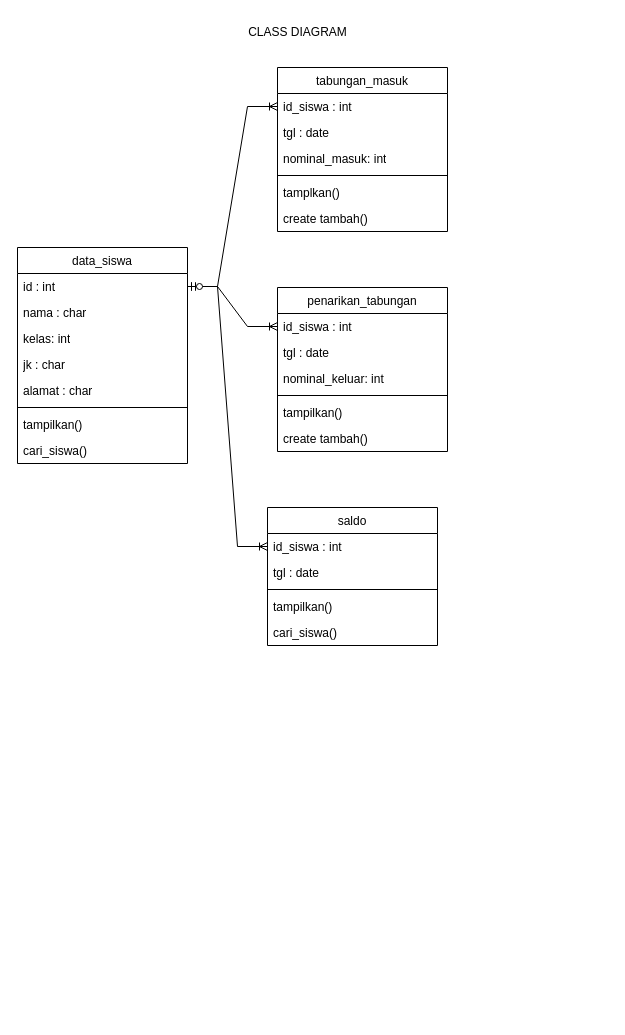
titapuspitas/Tefa-Tabungan keeps this draw.io diagram as class-diagram.drawio. Above is the earlier version. Source tidied: cells renumbered, new cells numbered last; positions are measured from the earlier drawing's top-left corner, leaving out a move shared by most shapes. Both pictures are drawn from the tidied source at 100%, with x=0, y=0 at pixel (17, 17).
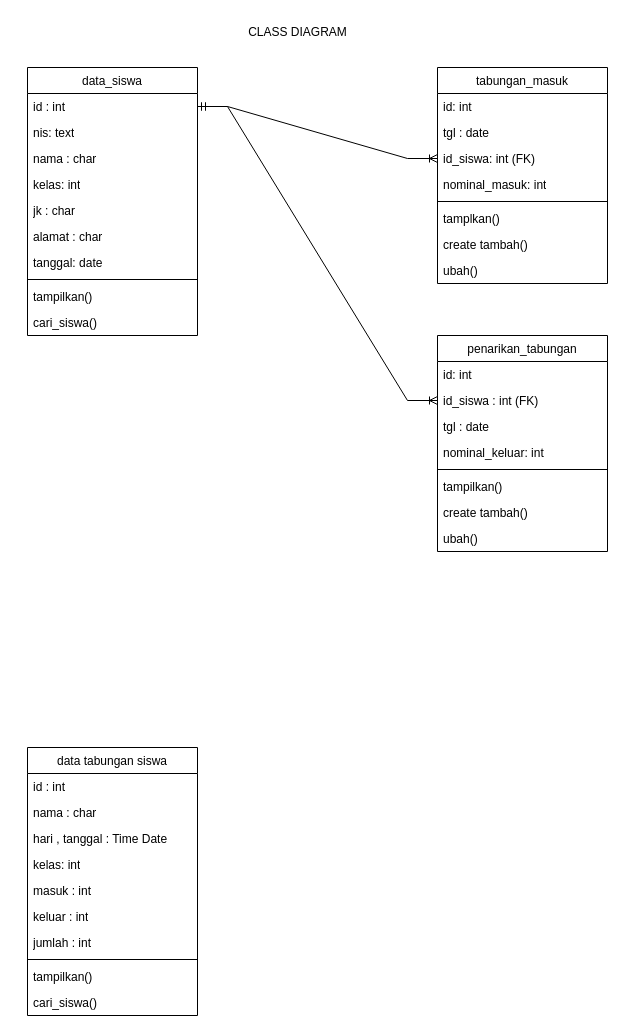
The same page after the edit.

Unchanged cells that the change refers to:
```xml
<mxCell id="10" value="id : int" style="text;strokeColor=none;fillColor=none;align=left;verticalAlign=top;spacingLeft=4;spacingRight=4;overflow=hidden;points=[[0,0.5],[1,0.5]];portConstraint=eastwest;whiteSpace=wrap;html=1;" parent="9" vertex="1">
  <mxGeometry y="26" width="170" height="26" as="geometry" />
</mxCell>
```

Diff of the diagram source:
```diff
@@
     <mxCell id="2" value="&lt;span style=&quot;font-weight: 400;&quot;&gt;penarikan_tabungan&lt;/span&gt;" style="swimlane;fontStyle=1;align=center;verticalAlign=top;horizontal=1;startSize=26;whiteSpace=wrap;html=1;" parent="1" vertex="1">
-      <mxGeometry x="260" y="270" width="170" height="164" as="geometry" />
+      <mxGeometry x="420" y="318" width="170" height="216" as="geometry" />
     </mxCell>
-    <mxCell id="3" value="id_siswa : int" style="text;strokeColor=none;fillColor=none;align=left;verticalAlign=top;spacingLeft=4;spacingRight=4;overflow=hidden;points=[[0,0.5],[1,0.5]];portConstraint=eastwest;whiteSpace=wrap;html=1;" parent="2" vertex="1">
+    <mxCell id="3" value="id: int" style="text;strokeColor=none;fillColor=none;align=left;verticalAlign=top;spacingLeft=4;spacingRight=4;overflow=hidden;points=[[0,0.5],[1,0.5]];portConstraint=eastwest;whiteSpace=wrap;html=1;" parent="2" vertex="1">
       <mxGeometry y="26" width="170" height="26" as="geometry" />
     </mxCell>
+    <mxCell id="35" value="id_siswa : int (FK)" style="text;strokeColor=none;fillColor=none;align=left;verticalAlign=top;spacingLeft=4;spacingRight=4;overflow=hidden;points=[[0,0.5],[1,0.5]];portConstraint=eastwest;whiteSpace=wrap;html=1;" parent="2" vertex="1">
+      <mxGeometry y="52" width="170" height="26" as="geometry" />
+    </mxCell>
     <mxCell id="4" value="tgl : date" style="text;strokeColor=none;fillColor=none;align=left;verticalAlign=top;spacingLeft=4;spacingRight=4;overflow=hidden;whiteSpace=wrap;html=1;" parent="2" vertex="1">
-      <mxGeometry y="52" width="170" height="26" as="geometry" />
+      <mxGeometry y="78" width="170" height="26" as="geometry" />
     </mxCell>
     <mxCell id="5" value="nominal_keluar: int" style="text;strokeColor=none;fillColor=none;align=left;verticalAlign=top;spacingLeft=4;spacingRight=4;overflow=hidden;whiteSpace=wrap;html=1;" parent="2" vertex="1">
-      <mxGeometry y="78" width="170" height="26" as="geometry" />
+      <mxGeometry y="104" width="170" height="26" as="geometry" />
     </mxCell>
     <mxCell id="6" style="line;strokeWidth=1;fillColor=none;align=left;verticalAlign=middle;spacingTop=-1;spacingLeft=3;spacingRight=3;labelPosition=right;strokeColor=inherit;" parent="2" vertex="1">
-      <mxGeometry y="104" width="170" height="8" as="geometry" />
+      <mxGeometry y="130" width="170" height="8" as="geometry" />
     </mxCell>
     <mxCell id="7" value="tampilkan()" style="text;strokeColor=none;fillColor=none;align=left;verticalAlign=top;spacingLeft=4;spacingRight=4;overflow=hidden;whiteSpace=wrap;html=1;" parent="2" vertex="1">
-      <mxGeometry y="112" width="170" height="26" as="geometry" />
+      <mxGeometry y="138" width="170" height="26" as="geometry" />
     </mxCell>
     <mxCell id="8" value="create tambah()" style="text;strokeColor=none;fillColor=none;align=left;verticalAlign=top;spacingLeft=4;spacingRight=4;overflow=hidden;whiteSpace=wrap;html=1;" parent="2" vertex="1">
-      <mxGeometry y="138" width="170" height="26" as="geometry" />
+      <mxGeometry y="164" width="170" height="26" as="geometry" />
     </mxCell>
+    <mxCell id="36" value="ubah()" style="text;strokeColor=none;fillColor=none;align=left;verticalAlign=top;spacingLeft=4;spacingRight=4;overflow=hidden;whiteSpace=wrap;html=1;" parent="2" vertex="1">
+      <mxGeometry y="190" width="170" height="26" as="geometry" />
+    </mxCell>
     <mxCell id="9" value="&lt;span style=&quot;font-weight: 400;&quot;&gt;data_siswa&lt;/span&gt;" style="swimlane;fontStyle=1;align=center;verticalAlign=top;horizontal=1;startSize=26;whiteSpace=wrap;html=1;" parent="1" vertex="1">
-      <mxGeometry y="230" width="170" height="216" as="geometry" />
+      <mxGeometry x="10" y="50" width="170" height="268" as="geometry" />
     </mxCell>
@@
-    <mxCell id="11" value="nama : char" style="text;strokeColor=none;fillColor=none;align=left;verticalAlign=top;spacingLeft=4;spacingRight=4;overflow=hidden;whiteSpace=wrap;html=1;" parent="9" vertex="1">
+    <mxCell id="11" value="nis: text" style="text;strokeColor=none;fillColor=none;align=left;verticalAlign=top;spacingLeft=4;spacingRight=4;overflow=hidden;whiteSpace=wrap;html=1;" parent="9" vertex="1">
       <mxGeometry y="52" width="170" height="26" as="geometry" />
     </mxCell>
+    <mxCell id="37" value="nama : char" style="text;strokeColor=none;fillColor=none;align=left;verticalAlign=top;spacingLeft=4;spacingRight=4;overflow=hidden;whiteSpace=wrap;html=1;" parent="9" vertex="1">
+      <mxGeometry y="78" width="170" height="26" as="geometry" />
+    </mxCell>
     <mxCell id="12" value="kelas: int" style="text;strokeColor=none;fillColor=none;align=left;verticalAlign=top;spacingLeft=4;spacingRight=4;overflow=hidden;whiteSpace=wrap;html=1;" parent="9" vertex="1">
-      <mxGeometry y="78" width="170" height="26" as="geometry" />
+      <mxGeometry y="104" width="170" height="26" as="geometry" />
     </mxCell>
     <mxCell id="13" value="jk : char" style="text;strokeColor=none;fillColor=none;align=left;verticalAlign=top;spacingLeft=4;spacingRight=4;overflow=hidden;whiteSpace=wrap;html=1;" parent="9" vertex="1">
-      <mxGeometry y="104" width="170" height="26" as="geometry" />
+      <mxGeometry y="130" width="170" height="26" as="geometry" />
     </mxCell>
     <mxCell id="14" value="alamat : char" style="text;strokeColor=none;fillColor=none;align=left;verticalAlign=top;spacingLeft=4;spacingRight=4;overflow=hidden;whiteSpace=wrap;html=1;" parent="9" vertex="1">
-      <mxGeometry y="130" width="170" height="26" as="geometry" />
+      <mxGeometry y="156" width="170" height="26" as="geometry" />
     </mxCell>
+    <mxCell id="38" value="tanggal: date" style="text;strokeColor=none;fillColor=none;align=left;verticalAlign=top;spacingLeft=4;spacingRight=4;overflow=hidden;whiteSpace=wrap;html=1;" parent="9" vertex="1">
+      <mxGeometry y="182" width="170" height="26" as="geometry" />
+    </mxCell>
     <mxCell id="15" style="line;strokeWidth=1;fillColor=none;align=left;verticalAlign=middle;spacingTop=-1;spacingLeft=3;spacingRight=3;labelPosition=right;strokeColor=inherit;" parent="9" vertex="1">
-      <mxGeometry y="156" width="170" height="8" as="geometry" />
+      <mxGeometry y="208" width="170" height="8" as="geometry" />
     </mxCell>
     <mxCell id="16" value="tampilkan()" style="text;strokeColor=none;fillColor=none;align=left;verticalAlign=top;spacingLeft=4;spacingRight=4;overflow=hidden;whiteSpace=wrap;html=1;" parent="9" vertex="1">
-      <mxGeometry y="164" width="170" height="26" as="geometry" />
+      <mxGeometry y="216" width="170" height="26" as="geometry" />
     </mxCell>
     <mxCell id="17" value="cari_siswa()" style="text;strokeColor=none;fillColor=none;align=left;verticalAlign=top;spacingLeft=4;spacingRight=4;overflow=hidden;whiteSpace=wrap;html=1;" parent="9" vertex="1">
-      <mxGeometry y="190" width="170" height="26" as="geometry" />
+      <mxGeometry y="242" width="170" height="26" as="geometry" />
     </mxCell>
     <mxCell id="18" value="&lt;span style=&quot;font-weight: 400;&quot;&gt;tabungan_masuk&lt;/span&gt;" style="swimlane;fontStyle=1;align=center;verticalAlign=top;horizontal=1;startSize=26;whiteSpace=wrap;html=1;" parent="1" vertex="1">
-      <mxGeometry x="260" y="50" width="170" height="164" as="geometry" />
+      <mxGeometry x="420" y="50" width="170" height="216" as="geometry" />
     </mxCell>
-    <mxCell id="19" value="id_siswa : int" style="text;strokeColor=none;fillColor=none;align=left;verticalAlign=top;spacingLeft=4;spacingRight=4;overflow=hidden;points=[[0,0.5],[1,0.5]];portConstraint=eastwest;whiteSpace=wrap;html=1;" parent="18" vertex="1">
+    <mxCell id="19" value="id: int" style="text;strokeColor=none;fillColor=none;align=left;verticalAlign=top;spacingLeft=4;spacingRight=4;overflow=hidden;points=[[0,0.5],[1,0.5]];portConstraint=eastwest;whiteSpace=wrap;html=1;" parent="18" vertex="1">
       <mxGeometry y="26" width="170" height="26" as="geometry" />
     </mxCell>
+    <mxCell id="27" value="tgl : date" style="text;strokeColor=none;fillColor=none;align=left;verticalAlign=top;spacingLeft=4;spacingRight=4;overflow=hidden;whiteSpace=wrap;html=1;" parent="18" vertex="1">
+      <mxGeometry y="52" width="170" height="26" as="geometry" />
+    </mxCell>
-    <mxCell id="20" value="tgl : date" style="text;strokeColor=none;fillColor=none;align=left;verticalAlign=top;spacingLeft=4;spacingRight=4;overflow=hidden;points=[[0,0.5],[1,0.5]];portConstraint=eastwest;whiteSpace=wrap;html=1;" parent="18" vertex="1">
-      <mxGeometry y="52" width="170" height="26" as="geometry" />
+    <mxCell id="20" value="id_siswa: int (FK)" style="text;strokeColor=none;fillColor=none;align=left;verticalAlign=top;spacingLeft=4;spacingRight=4;overflow=hidden;points=[[0,0.5],[1,0.5]];portConstraint=eastwest;whiteSpace=wrap;html=1;" parent="18" vertex="1">
+      <mxGeometry y="78" width="170" height="26" as="geometry" />
     </mxCell>
     <mxCell id="21" value="nominal_masuk: int" style="text;strokeColor=none;fillColor=none;align=left;verticalAlign=top;spacingLeft=4;spacingRight=4;overflow=hidden;whiteSpace=wrap;html=1;" parent="18" vertex="1">
-      <mxGeometry y="78" width="170" height="26" as="geometry" />
+      <mxGeometry y="104" width="170" height="26" as="geometry" />
     </mxCell>
     <mxCell id="22" style="line;strokeWidth=1;fillColor=none;align=left;verticalAlign=middle;spacingTop=-1;spacingLeft=3;spacingRight=3;labelPosition=right;strokeColor=inherit;" parent="18" vertex="1">
-      <mxGeometry y="104" width="170" height="8" as="geometry" />
+      <mxGeometry y="130" width="170" height="8" as="geometry" />
     </mxCell>
     <mxCell id="23" value="tamplkan()" style="text;strokeColor=none;fillColor=none;align=left;verticalAlign=top;spacingLeft=4;spacingRight=4;overflow=hidden;whiteSpace=wrap;html=1;" parent="18" vertex="1">
-      <mxGeometry y="112" width="170" height="26" as="geometry" />
+      <mxGeometry y="138" width="170" height="26" as="geometry" />
     </mxCell>
     <mxCell id="24" value="create tambah()" style="text;strokeColor=none;fillColor=none;align=left;verticalAlign=top;spacingLeft=4;spacingRight=4;overflow=hidden;whiteSpace=wrap;html=1;" parent="18" vertex="1">
-      <mxGeometry y="138" width="170" height="26" as="geometry" />
+      <mxGeometry y="164" width="170" height="26" as="geometry" />
     </mxCell>
-    <mxCell id="25" value="&lt;span style=&quot;font-weight: 400;&quot;&gt;saldo&lt;/span&gt;" style="swimlane;fontStyle=1;align=center;verticalAlign=top;horizontal=1;startSize=26;whiteSpace=wrap;html=1;" parent="1" vertex="1">
-      <mxGeometry x="250" y="490" width="170" height="138" as="geometry" />
-    </mxCell>
-    <mxCell id="26" value="id_siswa : int" style="text;strokeColor=none;fillColor=none;align=left;verticalAlign=top;spacingLeft=4;spacingRight=4;overflow=hidden;points=[[0,0.5],[1,0.5]];portConstraint=eastwest;whiteSpace=wrap;html=1;" parent="25" vertex="1">
-      <mxGeometry y="26" width="170" height="26" as="geometry" />
-    </mxCell>
-    <mxCell id="27" value="tgl : date" style="text;strokeColor=none;fillColor=none;align=left;verticalAlign=top;spacingLeft=4;spacingRight=4;overflow=hidden;whiteSpace=wrap;html=1;" parent="25" vertex="1">
-      <mxGeometry y="52" width="170" height="26" as="geometry" />
-    </mxCell>
-    <mxCell id="28" style="line;strokeWidth=1;fillColor=none;align=left;verticalAlign=middle;spacingTop=-1;spacingLeft=3;spacingRight=3;labelPosition=right;strokeColor=inherit;" parent="25" vertex="1">
-      <mxGeometry y="78" width="170" height="8" as="geometry" />
-    </mxCell>
+    <mxCell id="39" value="ubah()" style="text;strokeColor=none;fillColor=none;align=left;verticalAlign=top;spacingLeft=4;spacingRight=4;overflow=hidden;whiteSpace=wrap;html=1;" parent="18" vertex="1">
+      <mxGeometry y="190" width="170" height="26" as="geometry" />
+    </mxCell>
+    <mxCell id="31" style="edgeStyle=entityRelationEdgeStyle;fontSize=12;html=1;endArrow=ERoneToMany;startArrow=ERmandOne;rounded=0;entryX=0;entryY=0.5;entryDx=0;entryDy=0;" parent="1" edge="1" source="10" target="20">
+      <mxGeometry relative="1" as="geometry">
+        <Array as="points">
+          <mxPoint x="280" y="90" />
+        </Array>
+      </mxGeometry>
+    </mxCell>
+    <mxCell id="32" style="edgeStyle=entityRelationEdgeStyle;fontSize=12;html=1;endArrow=ERoneToMany;startArrow=ERmandOne;rounded=0;entryX=0;entryY=0.5;entryDx=0;entryDy=0;" parent="1" edge="1" source="10" target="35">
+      <mxGeometry relative="1" as="geometry">
+        <Array as="points">
+          <mxPoint x="110" y="285" />
+        </Array>
+      </mxGeometry>
+    </mxCell>
+    <mxCell id="34" value="CLASS DIAGRAM" style="text;html=1;align=center;verticalAlign=middle;strokeColor=none;fillColor=none;" parent="1" vertex="1">
+      <mxGeometry x="220" width="120" height="30" as="geometry" />
+    </mxCell>
+    <mxCell id="40" value="&lt;span style=&quot;font-weight: 400;&quot;&gt;data tabungan siswa&lt;/span&gt;" style="swimlane;fontStyle=1;align=center;verticalAlign=top;horizontal=1;startSize=26;whiteSpace=wrap;html=1;" parent="1" vertex="1">
+      <mxGeometry x="10" y="730" width="170" height="268" as="geometry" />
+    </mxCell>
+    <mxCell id="41" value="id : int" style="text;strokeColor=none;fillColor=none;align=left;verticalAlign=top;spacingLeft=4;spacingRight=4;overflow=hidden;whiteSpace=wrap;html=1;" parent="40" vertex="1">
+      <mxGeometry y="26" width="170" height="26" as="geometry" />
+    </mxCell>
+    <mxCell id="42" value="nama : char" style="text;strokeColor=none;fillColor=none;align=left;verticalAlign=top;spacingLeft=4;spacingRight=4;overflow=hidden;whiteSpace=wrap;html=1;" parent="40" vertex="1">
+      <mxGeometry y="52" width="170" height="26" as="geometry" />
+    </mxCell>
+    <mxCell id="43" value="hari , tanggal : Time Date" style="text;strokeColor=none;fillColor=none;align=left;verticalAlign=top;spacingLeft=4;spacingRight=4;overflow=hidden;whiteSpace=wrap;html=1;" parent="40" vertex="1">
+      <mxGeometry y="78" width="170" height="26" as="geometry" />
+    </mxCell>
+    <mxCell id="44" value="kelas: int" style="text;strokeColor=none;fillColor=none;align=left;verticalAlign=top;spacingLeft=4;spacingRight=4;overflow=hidden;whiteSpace=wrap;html=1;" parent="40" vertex="1">
+      <mxGeometry y="104" width="170" height="26" as="geometry" />
+    </mxCell>
+    <mxCell id="45" value="masuk : int" style="text;strokeColor=none;fillColor=none;align=left;verticalAlign=top;spacingLeft=4;spacingRight=4;overflow=hidden;whiteSpace=wrap;html=1;" parent="40" vertex="1">
+      <mxGeometry y="130" width="170" height="26" as="geometry" />
+    </mxCell>
+    <mxCell id="46" value="keluar : int" style="text;strokeColor=none;fillColor=none;align=left;verticalAlign=top;spacingLeft=4;spacingRight=4;overflow=hidden;whiteSpace=wrap;html=1;" parent="40" vertex="1">
+      <mxGeometry y="156" width="170" height="26" as="geometry" />
+    </mxCell>
+    <mxCell id="47" value="jumlah : int" style="text;strokeColor=none;fillColor=none;align=left;verticalAlign=top;spacingLeft=4;spacingRight=4;overflow=hidden;whiteSpace=wrap;html=1;" parent="40" vertex="1">
+      <mxGeometry y="182" width="170" height="26" as="geometry" />
+    </mxCell>
+    <mxCell id="48" style="line;strokeWidth=1;fillColor=none;align=left;verticalAlign=middle;spacingTop=-1;spacingLeft=3;spacingRight=3;labelPosition=right;strokeColor=inherit;" parent="40" vertex="1">
+      <mxGeometry y="208" width="170" height="8" as="geometry" />
+    </mxCell>
-    <mxCell id="29" value="tampilkan()" style="text;strokeColor=none;fillColor=none;align=left;verticalAlign=top;spacingLeft=4;spacingRight=4;overflow=hidden;whiteSpace=wrap;html=1;" parent="25" vertex="1">
-      <mxGeometry y="86" width="170" height="26" as="geometry" />
+    <mxCell id="29" value="tampilkan()" style="text;strokeColor=none;fillColor=none;align=left;verticalAlign=top;spacingLeft=4;spacingRight=4;overflow=hidden;whiteSpace=wrap;html=1;" parent="40" vertex="1">
+      <mxGeometry y="216" width="170" height="26" as="geometry" />
     </mxCell>
-    <mxCell id="30" value="cari_siswa()" style="text;strokeColor=none;fillColor=none;align=left;verticalAlign=top;spacingLeft=4;spacingRight=4;overflow=hidden;whiteSpace=wrap;html=1;" parent="25" vertex="1">
-      <mxGeometry y="112" width="170" height="26" as="geometry" />
+    <mxCell id="30" value="cari_siswa()" style="text;strokeColor=none;fillColor=none;align=left;verticalAlign=top;spacingLeft=4;spacingRight=4;overflow=hidden;whiteSpace=wrap;html=1;" parent="40" vertex="1">
+      <mxGeometry y="242" width="170" height="26" as="geometry" />
     </mxCell>
-    <mxCell id="31" style="edgeStyle=entityRelationEdgeStyle;fontSize=12;html=1;endArrow=ERoneToMany;startArrow=ERmandOne;rounded=0;" parent="1" edge="1" source="10" target="19">
-      <mxGeometry relative="1" as="geometry">
-        <Array as="points">
-          <mxPoint x="280" y="170" />
-        </Array>
-      </mxGeometry>
-    </mxCell>
-    <mxCell id="32" style="edgeStyle=entityRelationEdgeStyle;fontSize=12;html=1;endArrow=ERoneToMany;startArrow=ERmandOne;rounded=0;" parent="1" edge="1" source="10" target="3">
-      <mxGeometry relative="1" as="geometry">
-        <Array as="points">
-          <mxPoint x="110" y="365" />
-        </Array>
-      </mxGeometry>
-    </mxCell>
-    <mxCell id="33" style="edgeStyle=entityRelationEdgeStyle;fontSize=12;html=1;endArrow=ERoneToMany;startArrow=ERzeroToOne;rounded=0;" parent="1" edge="1" source="10" target="26">
-      <mxGeometry relative="1" as="geometry">
-        <Array as="points">
-          <mxPoint x="89" y="284" />
-        </Array>
-      </mxGeometry>
-    </mxCell>
-    <mxCell id="34" value="CLASS DIAGRAM" style="text;html=1;align=center;verticalAlign=middle;strokeColor=none;fillColor=none;" parent="1" vertex="1">
-      <mxGeometry x="220" width="120" height="30" as="geometry" />
-    </mxCell>
```
